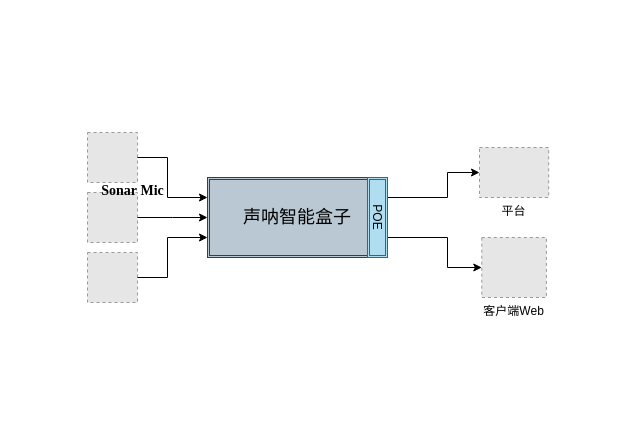
Before: shengna.drawio in snowolfhawk/ceph-scripts, a draw.io diagram. Source tidied: cells renumbered, new cells numbered last; positions are measured from the earlier drawing's top-left corner, leaving out a move shared by most shapes. Both pictures are drawn from the tidied source at 100%, with x=0, y=0 at pixel (87, 132). Pictures stored in the file or linked from it are replaced by grey dashed boxes.
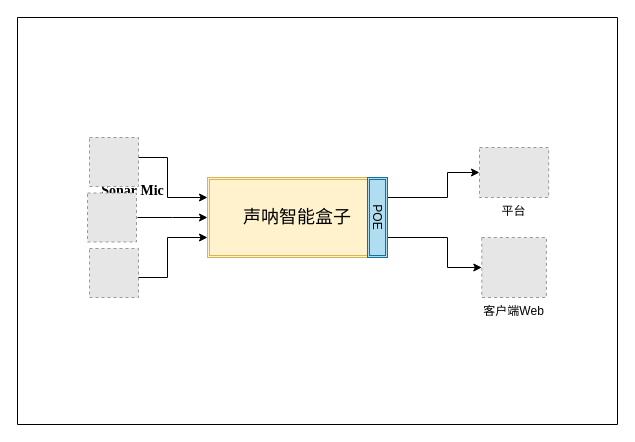
The same diagram, later.

Diff of the diagram source:
```diff
@@
+    <mxCell id="15" style="verticalLabelPosition=bottom;verticalAlign=top;html=1;shape=mxgraph.basic.rect;fillColor2=none;strokeWidth=1;size=20;indent=5;fontFamily=Times New Roman;fontSize=14;" parent="1" vertex="1">
+      <mxGeometry x="-70" y="-115" width="600" height="407" as="geometry" />
+    </mxCell>
@@
-    <mxCell id="3" style="fillColor=#E6E6E6;strokeColor=#999999;dashed=1;html=1;verticalAlign=top;verticalLabelPosition=bottom;labelBackgroundColor=#ffffff;" parent="1" vertex="1">
-      <mxGeometry width="50" height="50" as="geometry" />
-    </mxCell>
@@
-    <mxCell id="5" value="&lt;font face=&quot;Times New Roman&quot; style=&quot;font-size: 18px&quot;&gt;声呐智能盒子&lt;/font&gt;" style="shape=ext;double=1;rounded=0;whiteSpace=wrap;html=1;fillColor=#bac8d3;strokeColor=#23445d;" parent="1" vertex="1">
+    <mxCell id="5" value="&lt;font face=&quot;Times New Roman&quot; style=&quot;font-size: 18px&quot;&gt;声呐智能盒子&lt;/font&gt;" style="shape=ext;double=1;rounded=0;whiteSpace=wrap;html=1;fillColor=#fff2cc;strokeColor=#d6b656;" parent="1" vertex="1">
       <mxGeometry x="120" y="45" width="180" height="80" as="geometry" />
     </mxCell>
@@
-    <mxCell id="9" style="fillColor=#E6E6E6;strokeColor=#999999;dashed=1;html=1;verticalAlign=top;verticalLabelPosition=bottom;labelBackgroundColor=#ffffff;" parent="1" vertex="1">
-      <mxGeometry y="60" width="50" height="50" as="geometry" />
-    </mxCell>
-    <mxCell id="10" style="fillColor=#E6E6E6;strokeColor=#999999;dashed=1;html=1;verticalAlign=top;verticalLabelPosition=bottom;labelBackgroundColor=#ffffff;" parent="1" vertex="1">
-      <mxGeometry y="120" width="50" height="50" as="geometry" />
-    </mxCell>
-    <mxCell id="11" style="edgeStyle=segmentEdgeStyle;endArrow=classic;html=1;rounded=0;exitX=1;exitY=0.5;exitDx=0;exitDy=0;entryX=0;entryY=0.25;entryDx=0;entryDy=0;" parent="1" edge="1" source="3" target="5">
+    <mxCell id="11" style="edgeStyle=segmentEdgeStyle;endArrow=classic;html=1;rounded=0;exitX=1;exitY=0.5;exitDx=0;exitDy=0;entryX=0;entryY=0.25;entryDx=0;entryDy=0;" parent="1" edge="1" target="5">
       <mxGeometry relative="1" as="geometry">
+        <mxPoint x="50" y="25" as="sourcePoint" />
         <Array as="points">
           <mxPoint x="80" y="25" />
           <mxPoint x="80" y="65" />
         </Array>
       </mxGeometry>
     </mxCell>
-    <mxCell id="12" style="edgeStyle=elbowEdgeStyle;elbow=horizontal;endArrow=classic;html=1;rounded=0;exitX=1;exitY=0.5;exitDx=0;exitDy=0;entryX=0;entryY=0.5;entryDx=0;entryDy=0;" parent="1" edge="1" source="9" target="5">
-      <mxGeometry relative="1" as="geometry" />
+    <mxCell id="12" style="edgeStyle=elbowEdgeStyle;elbow=horizontal;endArrow=classic;html=1;rounded=0;exitX=1;exitY=0.5;exitDx=0;exitDy=0;entryX=0;entryY=0.5;entryDx=0;entryDy=0;" parent="1" edge="1" target="5">
+      <mxGeometry relative="1" as="geometry">
+        <mxPoint x="50" y="85" as="sourcePoint" />
+      </mxGeometry>
     </mxCell>
-    <mxCell id="13" style="edgeStyle=elbowEdgeStyle;elbow=horizontal;endArrow=classic;html=1;rounded=0;entryX=0;entryY=0.75;entryDx=0;entryDy=0;exitX=1;exitY=0.5;exitDx=0;exitDy=0;" parent="1" edge="1" source="10" target="5">
+    <mxCell id="13" style="edgeStyle=elbowEdgeStyle;elbow=horizontal;endArrow=classic;html=1;rounded=0;entryX=0;entryY=0.75;entryDx=0;entryDy=0;exitX=1;exitY=0.5;exitDx=0;exitDy=0;" parent="1" edge="1" target="5">
       <mxGeometry relative="1" as="geometry">
+        <mxPoint x="50" y="145" as="sourcePoint" />
         <Array as="points">
           <mxPoint x="80" y="155" />
         </Array>
       </mxGeometry>
     </mxCell>
@@
+    <mxCell id="16" style="fillColor=#E6E6E6;strokeColor=#999999;dashed=1;html=1;verticalAlign=top;verticalLabelPosition=bottom;labelBackgroundColor=#ffffff;fontFamily=Times New Roman;fontSize=14;" parent="1" vertex="1">
+      <mxGeometry y="60.5" width="49" height="49" as="geometry" />
+    </mxCell>
+    <mxCell id="17" style="fillColor=#E6E6E6;strokeColor=#999999;dashed=1;html=1;verticalAlign=top;verticalLabelPosition=bottom;labelBackgroundColor=#ffffff;fontFamily=Times New Roman;fontSize=14;" parent="1" vertex="1">
+      <mxGeometry x="2" y="116" width="49" height="49" as="geometry" />
+    </mxCell>
+    <mxCell id="18" style="fillColor=#E6E6E6;strokeColor=#999999;dashed=1;html=1;verticalAlign=top;verticalLabelPosition=bottom;labelBackgroundColor=#ffffff;fontFamily=Times New Roman;fontSize=14;" parent="1" vertex="1">
+      <mxGeometry x="2" y="5" width="49" height="49" as="geometry" />
+    </mxCell>
```
